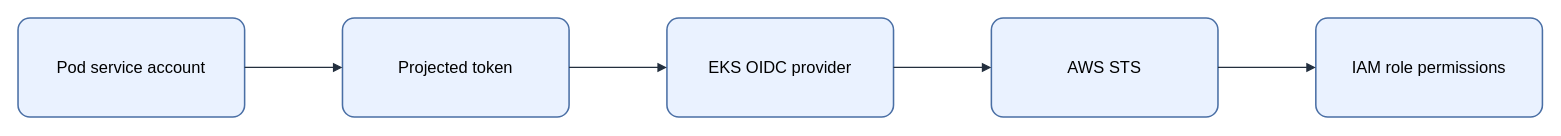
KKamJi98/kkamji98.github.io keeps this draw.io diagram as assets/img/aws/irsa-web-identity-flow.drawio. Above is the earlier version. Source tidied: cells renumbered, new cells numbered last; positions are measured from the earlier drawing's top-left corner, leaving out a move shared by most shapes. Both pictures are drawn from the tidied source at 103%, with x=0, y=0 at pixel (18, 18).
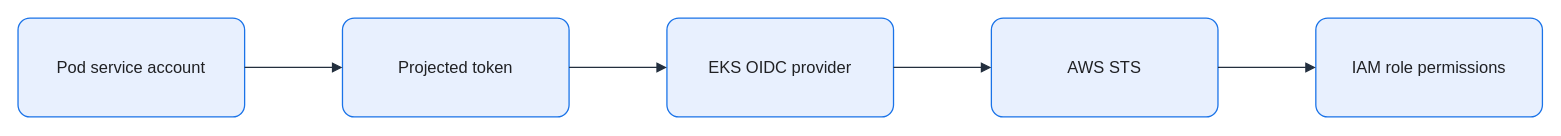
After the change.

Diff of the diagram source:
```diff
@@
 <mxGraphModel background="#FFFFFF">
   <root>
     <mxCell id="0" />
     <mxCell id="1" parent="0" />
-    <mxCell id="2" value="Pod service account" style="rounded=1;arcSize=12;whiteSpace=wrap;html=0;fillColor=#EAF2FF;strokeColor=#4A6FA5;strokeWidth=1.5;fontColor=#000000;fontSize=16;align=center;verticalAlign=middle;spacing=8;shadow=0;" parent="1" vertex="1">
+    <mxCell id="2" value="Pod service account" style="rounded=1;arcSize=12;whiteSpace=wrap;html=0;fillColor=#E8F0FE;strokeColor=#1A73E8;strokeWidth=1.25;fontColor=#202124;fontSize=16;align=center;verticalAlign=middle;spacing=8;shadow=0;" parent="1" vertex="1">
       <mxGeometry width="220" height="96" as="geometry" />
     </mxCell>
-    <mxCell id="3" value="Projected token" style="rounded=1;arcSize=12;whiteSpace=wrap;html=0;fillColor=#EAF2FF;strokeColor=#4A6FA5;strokeWidth=1.5;fontColor=#000000;fontSize=16;align=center;verticalAlign=middle;spacing=8;shadow=0;" parent="1" vertex="1">
+    <mxCell id="3" value="Projected token" style="rounded=1;arcSize=12;whiteSpace=wrap;html=0;fillColor=#E8F0FE;strokeColor=#1A73E8;strokeWidth=1.25;fontColor=#202124;fontSize=16;align=center;verticalAlign=middle;spacing=8;shadow=0;" parent="1" vertex="1">
       <mxGeometry x="315" width="220" height="96" as="geometry" />
     </mxCell>
-    <mxCell id="4" value="EKS OIDC provider" style="rounded=1;arcSize=12;whiteSpace=wrap;html=0;fillColor=#EAF2FF;strokeColor=#4A6FA5;strokeWidth=1.5;fontColor=#000000;fontSize=16;align=center;verticalAlign=middle;spacing=8;shadow=0;" parent="1" vertex="1">
+    <mxCell id="4" value="EKS OIDC provider" style="rounded=1;arcSize=12;whiteSpace=wrap;html=0;fillColor=#E8F0FE;strokeColor=#1A73E8;strokeWidth=1.25;fontColor=#202124;fontSize=16;align=center;verticalAlign=middle;spacing=8;shadow=0;" parent="1" vertex="1">
       <mxGeometry x="630" width="220" height="96" as="geometry" />
     </mxCell>
-    <mxCell id="5" value="AWS STS" style="rounded=1;arcSize=12;whiteSpace=wrap;html=0;fillColor=#EAF2FF;strokeColor=#4A6FA5;strokeWidth=1.5;fontColor=#000000;fontSize=16;align=center;verticalAlign=middle;spacing=8;shadow=0;" parent="1" vertex="1">
+    <mxCell id="5" value="AWS STS" style="rounded=1;arcSize=12;whiteSpace=wrap;html=0;fillColor=#E8F0FE;strokeColor=#1A73E8;strokeWidth=1.25;fontColor=#202124;fontSize=16;align=center;verticalAlign=middle;spacing=8;shadow=0;" parent="1" vertex="1">
       <mxGeometry x="945" width="220" height="96" as="geometry" />
     </mxCell>
-    <mxCell id="6" value="IAM role permissions" style="rounded=1;arcSize=12;whiteSpace=wrap;html=0;fillColor=#EAF2FF;strokeColor=#4A6FA5;strokeWidth=1.5;fontColor=#000000;fontSize=16;align=center;verticalAlign=middle;spacing=8;shadow=0;" parent="1" vertex="1">
+    <mxCell id="6" value="IAM role permissions" style="rounded=1;arcSize=12;whiteSpace=wrap;html=0;fillColor=#E8F0FE;strokeColor=#1A73E8;strokeWidth=1.25;fontColor=#202124;fontSize=16;align=center;verticalAlign=middle;spacing=8;shadow=0;" parent="1" vertex="1">
       <mxGeometry x="1260" width="220" height="96" as="geometry" />
     </mxCell>
-    <mxCell id="7" style="edgeStyle=orthogonalEdgeStyle;rounded=0;jettySize=auto;html=0;endArrow=block;endFill=1;strokeColor=#232F3E;strokeWidth=1.25;fontColor=#000000;labelBackgroundColor=none;exitX=1;exitY=0.5;exitDx=0;exitDy=0;entryX=0;entryY=0.5;entryDx=0;entryDy=0;" parent="1" edge="1" source="2" target="3">
+    <mxCell id="7" style="edgeStyle=orthogonalEdgeStyle;rounded=0;jettySize=auto;html=0;endArrow=block;endFill=1;strokeColor=#232F3E;strokeWidth=1.25;fontColor=#202124;labelBackgroundColor=none;exitX=1;exitY=0.5;exitDx=0;exitDy=0;entryX=0;entryY=0.5;entryDx=0;entryDy=0;endSize=7;" parent="1" edge="1" source="2" target="3">
       <mxGeometry relative="1" as="geometry" />
     </mxCell>
-    <mxCell id="8" style="edgeStyle=orthogonalEdgeStyle;rounded=0;jettySize=auto;html=0;endArrow=block;endFill=1;strokeColor=#232F3E;strokeWidth=1.25;fontColor=#000000;labelBackgroundColor=none;exitX=1;exitY=0.5;exitDx=0;exitDy=0;entryX=0;entryY=0.5;entryDx=0;entryDy=0;" parent="1" edge="1" source="3" target="4">
+    <mxCell id="8" style="edgeStyle=orthogonalEdgeStyle;rounded=0;jettySize=auto;html=0;endArrow=block;endFill=1;strokeColor=#232F3E;strokeWidth=1.25;fontColor=#202124;labelBackgroundColor=none;exitX=1;exitY=0.5;exitDx=0;exitDy=0;entryX=0;entryY=0.5;entryDx=0;entryDy=0;endSize=7;" parent="1" edge="1" source="3" target="4">
       <mxGeometry relative="1" as="geometry" />
     </mxCell>
-    <mxCell id="9" style="edgeStyle=orthogonalEdgeStyle;rounded=0;jettySize=auto;html=0;endArrow=block;endFill=1;strokeColor=#232F3E;strokeWidth=1.25;fontColor=#000000;labelBackgroundColor=none;exitX=1;exitY=0.5;exitDx=0;exitDy=0;entryX=0;entryY=0.5;entryDx=0;entryDy=0;" parent="1" edge="1" source="4" target="5">
+    <mxCell id="9" style="edgeStyle=orthogonalEdgeStyle;rounded=0;jettySize=auto;html=0;endArrow=block;endFill=1;strokeColor=#232F3E;strokeWidth=1.25;fontColor=#202124;labelBackgroundColor=none;exitX=1;exitY=0.5;exitDx=0;exitDy=0;entryX=0;entryY=0.5;entryDx=0;entryDy=0;endSize=7;" parent="1" edge="1" source="4" target="5">
       <mxGeometry relative="1" as="geometry" />
     </mxCell>
-    <mxCell id="10" style="edgeStyle=orthogonalEdgeStyle;rounded=0;jettySize=auto;html=0;endArrow=block;endFill=1;strokeColor=#232F3E;strokeWidth=1.25;fontColor=#000000;labelBackgroundColor=none;exitX=1;exitY=0.5;exitDx=0;exitDy=0;entryX=0;entryY=0.5;entryDx=0;entryDy=0;" parent="1" edge="1" source="5" target="6">
+    <mxCell id="10" style="edgeStyle=orthogonalEdgeStyle;rounded=0;jettySize=auto;html=0;endArrow=block;endFill=1;strokeColor=#232F3E;strokeWidth=1.25;fontColor=#202124;labelBackgroundColor=none;exitX=1;exitY=0.5;exitDx=0;exitDy=0;entryX=0;entryY=0.5;entryDx=0;entryDy=0;endSize=7;" parent="1" edge="1" source="5" target="6">
       <mxGeometry relative="1" as="geometry" />
     </mxCell>
   </root>
 </mxGraphModel>
```
